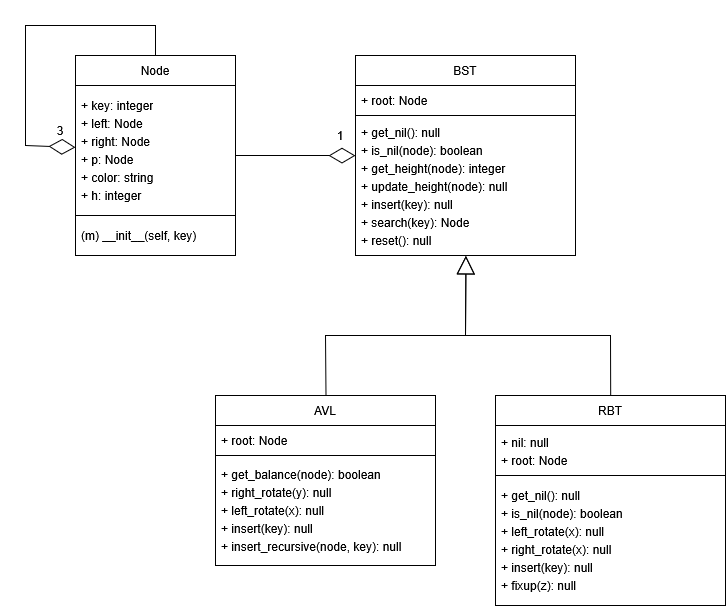
The draw.io diagram Relazione/Relazione_LabAlg/pics/UML.png in TestinaSanUni/LabAlg, before a commit. Source tidied: cells renumbered, new cells last; positions are measured from the earlier drawing's top-left corner, leaving out a move shared by most shapes. Its diagram source:
```xml
<mxGraphModel>
  <root>
    <mxCell id="0" />
    <mxCell id="1" parent="0" />
    <mxCell id="2" value="&lt;div&gt;Node&lt;/div&gt;" style="swimlane;fontStyle=0;horizontal=1;startSize=30;whiteSpace=wrap;html=1;" parent="1" vertex="1">
      <mxGeometry x="50" y="30" width="160" height="200" as="geometry" />
    </mxCell>
    <mxCell id="3" value="&lt;div style=&quot;line-height: 50%;&quot;&gt;&lt;li&gt;&lt;p&gt;&lt;font&gt;+ key: integer&lt;/font&gt;&lt;/p&gt;&lt;/li&gt;&lt;li&gt;&lt;p&gt;&lt;font&gt;+ left: Node&lt;/font&gt;&lt;/p&gt;&lt;/li&gt;&lt;li&gt;&lt;p&gt;&lt;font&gt;+ right: Node&lt;/font&gt;&lt;font&gt;&lt;br&gt;&lt;/font&gt;&lt;/p&gt;&lt;/li&gt;&lt;li&gt;&lt;p&gt;&lt;font&gt;+ p: Node&lt;/font&gt;&lt;/p&gt;&lt;/li&gt;&lt;li&gt;&lt;p&gt;&lt;font&gt;+ color: string&lt;/font&gt;&lt;/p&gt;&lt;/li&gt;&lt;li&gt;&lt;p&gt;&lt;font&gt;+ h: integer&lt;/font&gt;&lt;/p&gt;&lt;/li&gt;&lt;/div&gt;" style="text;strokeColor=default;fillColor=none;align=left;verticalAlign=middle;spacingLeft=4;spacingRight=4;overflow=hidden;points=[[0,0.5],[1,0.5]];portConstraint=eastwest;whiteSpace=wrap;html=1;" parent="2" vertex="1">
      <mxGeometry y="30" width="160" height="130" as="geometry" />
    </mxCell>
    <mxCell id="4" value="(m) __init__(self, key)" style="text;strokeColor=none;fillColor=none;align=left;verticalAlign=middle;spacingLeft=4;spacingRight=4;overflow=hidden;whiteSpace=wrap;html=1;" parent="2" vertex="1">
      <mxGeometry y="160" width="160" height="40" as="geometry" />
    </mxCell>
    <mxCell id="5" style="endArrow=diamondThin;endFill=0;endSize=24;html=1;rounded=0;strokeColor=default;align=center;verticalAlign=middle;fontFamily=Helvetica;fontSize=12;fontColor=default;fontStyle=0;labelBackgroundColor=default;horizontal=1;" parent="2" edge="1" source="2" target="3">
      <mxGeometry relative="1" as="geometry">
        <Array as="points">
          <mxPoint x="80" y="-30" />
          <mxPoint x="-50" y="-30" />
          <mxPoint x="-50" y="90" />
        </Array>
      </mxGeometry>
    </mxCell>
    <mxCell id="6" value="BST" style="swimlane;fontStyle=0;horizontal=1;startSize=30;whiteSpace=wrap;html=1;" parent="1" vertex="1">
      <mxGeometry x="330" y="30" width="220" height="200" as="geometry" />
    </mxCell>
    <mxCell id="7" value="&lt;div&gt;+ root: Node&lt;/div&gt;" style="text;strokeColor=default;fillColor=none;align=left;verticalAlign=middle;spacingLeft=4;spacingRight=4;overflow=hidden;whiteSpace=wrap;html=1;" parent="6" vertex="1">
      <mxGeometry y="30" width="220" height="30" as="geometry" />
    </mxCell>
    <mxCell id="8" value="&lt;div style=&quot;line-height: 50%;&quot;&gt;&lt;li&gt;&lt;p&gt;+ get_nil(): null&lt;/p&gt;&lt;/li&gt;&lt;li&gt;&lt;p&gt;+ is_nil(node): boolean&lt;/p&gt;&lt;/li&gt;&lt;li&gt;&lt;p&gt;+ get_height(node): integer&lt;/p&gt;&lt;/li&gt;&lt;li&gt;&lt;p&gt;+ update_height(node): null&lt;/p&gt;&lt;/li&gt;&lt;li&gt;&lt;p&gt;+ insert(key): null&lt;/p&gt;&lt;/li&gt;&lt;li&gt;&lt;p&gt;+ search(key): Node&lt;/p&gt;&lt;/li&gt;&lt;li&gt;&lt;p&gt;+ reset(): null&lt;/p&gt;&lt;/li&gt;&lt;/div&gt;" style="text;strokeColor=none;fillColor=none;align=left;verticalAlign=middle;spacingLeft=4;spacingRight=4;overflow=hidden;whiteSpace=wrap;html=1;" parent="6" vertex="1">
      <mxGeometry y="60" width="220" height="140" as="geometry" />
    </mxCell>
    <mxCell id="9" value="&lt;div&gt;AVL&lt;/div&gt;" style="swimlane;fontStyle=0;horizontal=1;startSize=30;whiteSpace=wrap;html=1;strokeColor=default;align=center;verticalAlign=middle;fontFamily=Helvetica;fontSize=12;fontColor=default;fillColor=default;" parent="1" vertex="1">
      <mxGeometry x="190" y="370" width="220" height="170" as="geometry" />
    </mxCell>
    <mxCell id="10" value="+ root: Node" style="text;strokeColor=default;fillColor=none;align=left;verticalAlign=middle;spacingLeft=4;spacingRight=4;overflow=hidden;whiteSpace=wrap;html=1;fontFamily=Helvetica;fontSize=12;fontColor=default;" parent="9" vertex="1">
      <mxGeometry y="30" width="220" height="30" as="geometry" />
    </mxCell>
    <mxCell id="11" value="&lt;div style=&quot;line-height: 50%;&quot;&gt;&lt;li&gt;&lt;p&gt;+ get_balance(node): boolean&lt;/p&gt;&lt;/li&gt;&lt;li&gt;&lt;p&gt;+ right_rotate(y): null&lt;/p&gt;&lt;/li&gt;&lt;li&gt;&lt;p&gt;+ left_rotate(x): null&lt;/p&gt;&lt;/li&gt;&lt;li&gt;&lt;p&gt;+ insert(key): null&lt;/p&gt;&lt;/li&gt;&lt;li&gt;&lt;p&gt;+ insert_recursive(node, key): null&lt;/p&gt;&lt;/li&gt;&lt;/div&gt;" style="text;strokeColor=none;fillColor=none;align=left;verticalAlign=middle;spacingLeft=4;spacingRight=4;overflow=hidden;whiteSpace=wrap;html=1;fontFamily=Helvetica;fontSize=12;fontColor=default;" parent="9" vertex="1">
      <mxGeometry y="60" width="220" height="110" as="geometry" />
    </mxCell>
    <mxCell id="12" value="RBT" style="swimlane;fontStyle=0;horizontal=1;startSize=30;whiteSpace=wrap;html=1;strokeColor=default;align=center;verticalAlign=middle;fontFamily=Helvetica;fontSize=12;fontColor=default;fillColor=default;" parent="1" vertex="1">
      <mxGeometry x="470" y="370" width="230" height="210" as="geometry" />
    </mxCell>
    <mxCell id="13" value="&lt;div style=&quot;line-height: 50%;&quot;&gt;&lt;li&gt;&lt;p&gt;+ nil: null&lt;/p&gt;&lt;/li&gt;&lt;li&gt;&lt;p&gt;+ root: Node&lt;/p&gt;&lt;/li&gt;&lt;/div&gt;" style="text;strokeColor=default;fillColor=none;align=left;verticalAlign=middle;spacingLeft=4;spacingRight=4;overflow=hidden;whiteSpace=wrap;html=1;fontFamily=Helvetica;fontSize=12;fontColor=default;" parent="12" vertex="1">
      <mxGeometry y="30" width="230" height="50" as="geometry" />
    </mxCell>
    <mxCell id="14" value="&lt;div style=&quot;line-height: 50%;&quot;&gt;&lt;li&gt;&lt;p&gt;+ get_nil(): null&lt;/p&gt;&lt;/li&gt;&lt;li&gt;&lt;p&gt;+ is_nil(node): boolean&lt;/p&gt;&lt;/li&gt;&lt;li&gt;&lt;p&gt;+ left_rotate(x): null&lt;/p&gt;&lt;/li&gt;&lt;li&gt;&lt;p&gt;+ right_rotate(x): null&lt;/p&gt;&lt;/li&gt;&lt;li&gt;&lt;p&gt;+ insert(key): null&lt;/p&gt;&lt;/li&gt;&lt;li&gt;&lt;p&gt;+ fixup(z): null&lt;/p&gt;&lt;/li&gt;&lt;/div&gt;" style="text;strokeColor=none;fillColor=none;align=left;verticalAlign=middle;spacingLeft=4;spacingRight=4;overflow=hidden;whiteSpace=wrap;html=1;fontFamily=Helvetica;fontSize=12;fontColor=default;" parent="12" vertex="1">
      <mxGeometry y="80" width="230" height="130" as="geometry" />
    </mxCell>
    <mxCell id="15" style="endArrow=block;endSize=16;endFill=0;html=1;rounded=0;fontFamily=Helvetica;fontSize=12;fontColor=default;fontStyle=0;horizontal=1;snapToPoint=1;orthogonal=1;sourcePortConstraint=north;targetPortConstraint=south;" parent="1" edge="1" source="9" target="6">
      <mxGeometry x="-0.03" y="10" relative="1" as="geometry">
        <Array as="points">
          <mxPoint x="300" y="310" />
          <mxPoint x="440" y="310" />
        </Array>
      </mxGeometry>
    </mxCell>
    <mxCell id="16" style="edgeLabel;html=1;align=center;verticalAlign=middle;strokeColor=default;fontFamily=Helvetica;fontSize=12;fontColor=default;fontStyle=0;horizontal=1;fillColor=default;" parent="15" vertex="1">
      <mxGeometry relative="1" as="geometry" />
    </mxCell>
    <mxCell id="17" style="endArrow=diamondThin;endFill=0;endSize=24;html=1;rounded=0;fontFamily=Helvetica;fontSize=12;fontColor=default;fontStyle=0;horizontal=1;" parent="1" edge="1" source="2" target="6">
      <mxGeometry relative="1" as="geometry" />
    </mxCell>
    <mxCell id="18" style="endArrow=block;endSize=16;endFill=0;html=1;rounded=0;fontFamily=Helvetica;fontSize=12;fontColor=default;fontStyle=0;horizontal=1;snapToPoint=1;orthogonal=1;sourcePortConstraint=north;targetPortConstraint=south;" parent="1" edge="1" source="12" target="6">
      <mxGeometry x="-0.03" y="10" relative="1" as="geometry">
        <Array as="points">
          <mxPoint x="585" y="310" />
          <mxPoint x="440" y="310" />
        </Array>
      </mxGeometry>
    </mxCell>
    <mxCell id="19" style="edgeLabel;html=1;align=center;verticalAlign=middle;strokeColor=default;fontFamily=Helvetica;fontSize=12;fontColor=default;fontStyle=0;horizontal=1;fillColor=default;" parent="18" vertex="1">
      <mxGeometry relative="1" as="geometry" />
    </mxCell>
    <mxCell id="20" value="1" style="text;html=1;whiteSpace=wrap;strokeColor=none;fillColor=none;align=center;verticalAlign=middle;rounded=0;fontFamily=Helvetica;fontSize=12;fontColor=default;fontStyle=0;labelBackgroundColor=default;horizontal=1;" parent="1" vertex="1">
      <mxGeometry x="300" y="100" width="30" height="20" as="geometry" />
    </mxCell>
    <mxCell id="21" value="3" style="text;html=1;whiteSpace=wrap;strokeColor=none;fillColor=none;align=center;verticalAlign=middle;rounded=0;fontFamily=Helvetica;fontSize=12;fontColor=default;fontStyle=0;labelBackgroundColor=default;horizontal=1;" parent="1" vertex="1">
      <mxGeometry x="10" y="90" width="50" height="30" as="geometry" />
    </mxCell>
  </root>
</mxGraphModel>
```
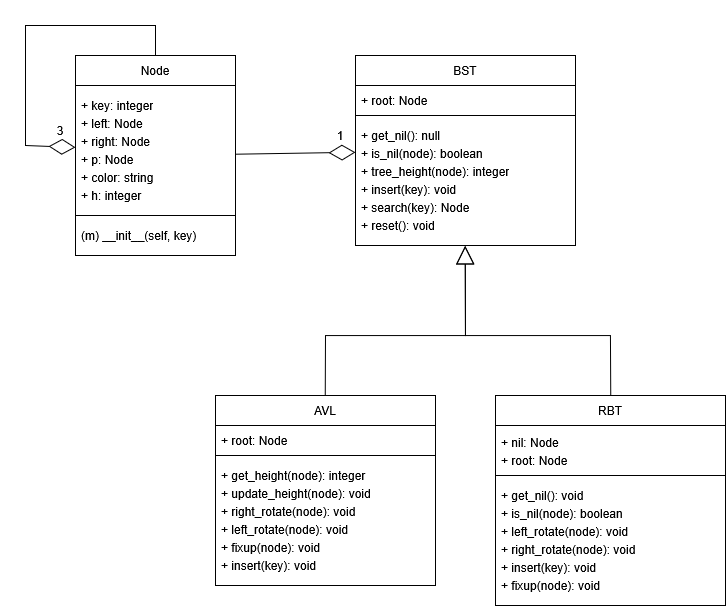
Above is the later version.

Diff of the diagram source:
```diff
@@ -21,32 +21,32 @@
       </mxGeometry>
     </mxCell>
     <mxCell id="6" value="BST" style="swimlane;fontStyle=0;horizontal=1;startSize=30;whiteSpace=wrap;html=1;" parent="1" vertex="1">
-      <mxGeometry x="330" y="30" width="220" height="200" as="geometry" />
+      <mxGeometry x="330" y="30" width="220" height="190" as="geometry" />
     </mxCell>
     <mxCell id="7" value="&lt;div&gt;+ root: Node&lt;/div&gt;" style="text;strokeColor=default;fillColor=none;align=left;verticalAlign=middle;spacingLeft=4;spacingRight=4;overflow=hidden;whiteSpace=wrap;html=1;" parent="6" vertex="1">
       <mxGeometry y="30" width="220" height="30" as="geometry" />
     </mxCell>
-    <mxCell id="8" value="&lt;div style=&quot;line-height: 50%;&quot;&gt;&lt;li&gt;&lt;p&gt;+ get_nil(): null&lt;/p&gt;&lt;/li&gt;&lt;li&gt;&lt;p&gt;+ is_nil(node): boolean&lt;/p&gt;&lt;/li&gt;&lt;li&gt;&lt;p&gt;+ get_height(node): integer&lt;/p&gt;&lt;/li&gt;&lt;li&gt;&lt;p&gt;+ update_height(node): null&lt;/p&gt;&lt;/li&gt;&lt;li&gt;&lt;p&gt;+ insert(key): null&lt;/p&gt;&lt;/li&gt;&lt;li&gt;&lt;p&gt;+ search(key): Node&lt;/p&gt;&lt;/li&gt;&lt;li&gt;&lt;p&gt;+ reset(): null&lt;/p&gt;&lt;/li&gt;&lt;/div&gt;" style="text;strokeColor=none;fillColor=none;align=left;verticalAlign=middle;spacingLeft=4;spacingRight=4;overflow=hidden;whiteSpace=wrap;html=1;" parent="6" vertex="1">
-      <mxGeometry y="60" width="220" height="140" as="geometry" />
-    </mxCell>
+    <mxCell id="22" value="&lt;div style=&quot;line-height: 50%;&quot;&gt;&lt;li&gt;&lt;p&gt;+ get_nil(): null&lt;/p&gt;&lt;/li&gt;&lt;li&gt;&lt;p&gt;+ is_nil(node): boolean&lt;/p&gt;&lt;/li&gt;&lt;li&gt;&lt;p&gt;+ tree_height(node): integer&lt;/p&gt;&lt;/li&gt;&lt;li&gt;&lt;p&gt;+ insert(key): void&lt;/p&gt;&lt;/li&gt;&lt;li&gt;&lt;p&gt;+ search(key): Node&lt;/p&gt;&lt;/li&gt;&lt;li&gt;&lt;p&gt;+ reset(): void&lt;/p&gt;&lt;/li&gt;&lt;/div&gt;" style="text;strokeColor=none;fillColor=none;align=left;verticalAlign=middle;spacingLeft=4;spacingRight=4;overflow=hidden;whiteSpace=wrap;html=1;" parent="6" vertex="1">
+      <mxGeometry y="60" width="220" height="130" as="geometry" />
+    </mxCell>
     <mxCell id="9" value="&lt;div&gt;AVL&lt;/div&gt;" style="swimlane;fontStyle=0;horizontal=1;startSize=30;whiteSpace=wrap;html=1;strokeColor=default;align=center;verticalAlign=middle;fontFamily=Helvetica;fontSize=12;fontColor=default;fillColor=default;" parent="1" vertex="1">
-      <mxGeometry x="190" y="370" width="220" height="170" as="geometry" />
+      <mxGeometry x="190" y="370" width="220" height="190" as="geometry" />
     </mxCell>
     <mxCell id="10" value="+ root: Node" style="text;strokeColor=default;fillColor=none;align=left;verticalAlign=middle;spacingLeft=4;spacingRight=4;overflow=hidden;whiteSpace=wrap;html=1;fontFamily=Helvetica;fontSize=12;fontColor=default;" parent="9" vertex="1">
       <mxGeometry y="30" width="220" height="30" as="geometry" />
     </mxCell>
-    <mxCell id="11" value="&lt;div style=&quot;line-height: 50%;&quot;&gt;&lt;li&gt;&lt;p&gt;+ get_balance(node): boolean&lt;/p&gt;&lt;/li&gt;&lt;li&gt;&lt;p&gt;+ right_rotate(y): null&lt;/p&gt;&lt;/li&gt;&lt;li&gt;&lt;p&gt;+ left_rotate(x): null&lt;/p&gt;&lt;/li&gt;&lt;li&gt;&lt;p&gt;+ insert(key): null&lt;/p&gt;&lt;/li&gt;&lt;li&gt;&lt;p&gt;+ insert_recursive(node, key): null&lt;/p&gt;&lt;/li&gt;&lt;/div&gt;" style="text;strokeColor=none;fillColor=none;align=left;verticalAlign=middle;spacingLeft=4;spacingRight=4;overflow=hidden;whiteSpace=wrap;html=1;fontFamily=Helvetica;fontSize=12;fontColor=default;" parent="9" vertex="1">
-      <mxGeometry y="60" width="220" height="110" as="geometry" />
-    </mxCell>
+    <mxCell id="23" value="&lt;div style=&quot;line-height: 50%;&quot;&gt;&lt;li&gt;&lt;p&gt;+ get_height(node): integer&lt;/p&gt;&lt;/li&gt;&lt;li&gt;&lt;p&gt;+ update_height(node): void&lt;/p&gt;&lt;/li&gt;&lt;li&gt;&lt;p&gt;+ right_rotate(node): void&lt;/p&gt;&lt;/li&gt;&lt;li&gt;&lt;p&gt;+ left_rotate(node): void&lt;/p&gt;&lt;/li&gt;&lt;li&gt;&lt;p&gt;+ fixup(node): void&lt;/p&gt;&lt;/li&gt;&lt;li&gt;&lt;p&gt;+ insert(key): void&lt;/p&gt;&lt;/li&gt;&lt;/div&gt;" style="text;strokeColor=none;fillColor=none;align=left;verticalAlign=middle;spacingLeft=4;spacingRight=4;overflow=hidden;whiteSpace=wrap;html=1;fontFamily=Helvetica;fontSize=12;fontColor=default;" parent="9" vertex="1">
+      <mxGeometry y="60" width="220" height="130" as="geometry" />
+    </mxCell>
     <mxCell id="12" value="RBT" style="swimlane;fontStyle=0;horizontal=1;startSize=30;whiteSpace=wrap;html=1;strokeColor=default;align=center;verticalAlign=middle;fontFamily=Helvetica;fontSize=12;fontColor=default;fillColor=default;" parent="1" vertex="1">
       <mxGeometry x="470" y="370" width="230" height="210" as="geometry" />
     </mxCell>
-    <mxCell id="13" value="&lt;div style=&quot;line-height: 50%;&quot;&gt;&lt;li&gt;&lt;p&gt;+ nil: null&lt;/p&gt;&lt;/li&gt;&lt;li&gt;&lt;p&gt;+ root: Node&lt;/p&gt;&lt;/li&gt;&lt;/div&gt;" style="text;strokeColor=default;fillColor=none;align=left;verticalAlign=middle;spacingLeft=4;spacingRight=4;overflow=hidden;whiteSpace=wrap;html=1;fontFamily=Helvetica;fontSize=12;fontColor=default;" parent="12" vertex="1">
-      <mxGeometry y="30" width="230" height="50" as="geometry" />
-    </mxCell>
-    <mxCell id="14" value="&lt;div style=&quot;line-height: 50%;&quot;&gt;&lt;li&gt;&lt;p&gt;+ get_nil(): null&lt;/p&gt;&lt;/li&gt;&lt;li&gt;&lt;p&gt;+ is_nil(node): boolean&lt;/p&gt;&lt;/li&gt;&lt;li&gt;&lt;p&gt;+ left_rotate(x): null&lt;/p&gt;&lt;/li&gt;&lt;li&gt;&lt;p&gt;+ right_rotate(x): null&lt;/p&gt;&lt;/li&gt;&lt;li&gt;&lt;p&gt;+ insert(key): null&lt;/p&gt;&lt;/li&gt;&lt;li&gt;&lt;p&gt;+ fixup(z): null&lt;/p&gt;&lt;/li&gt;&lt;/div&gt;" style="text;strokeColor=none;fillColor=none;align=left;verticalAlign=middle;spacingLeft=4;spacingRight=4;overflow=hidden;whiteSpace=wrap;html=1;fontFamily=Helvetica;fontSize=12;fontColor=default;" parent="12" vertex="1">
-      <mxGeometry y="80" width="230" height="130" as="geometry" />
-    </mxCell>
+    <mxCell id="24" value="&lt;div style=&quot;line-height: 50%;&quot;&gt;&lt;li&gt;&lt;p&gt;+ nil: Node&lt;/p&gt;&lt;/li&gt;&lt;li&gt;&lt;p&gt;+ root: Node&lt;/p&gt;&lt;/li&gt;&lt;/div&gt;" style="text;strokeColor=default;fillColor=none;align=left;verticalAlign=middle;spacingLeft=4;spacingRight=4;overflow=hidden;whiteSpace=wrap;html=1;fontFamily=Helvetica;fontSize=12;fontColor=default;" parent="12" vertex="1">
+      <mxGeometry y="30" width="230" height="50" as="geometry" />
+    </mxCell>
+    <mxCell id="25" value="&lt;div style=&quot;line-height: 50%;&quot;&gt;&lt;li&gt;&lt;p&gt;+ get_nil(): void&lt;/p&gt;&lt;/li&gt;&lt;li&gt;&lt;p&gt;+ is_nil(node): boolean&lt;/p&gt;&lt;/li&gt;&lt;li&gt;&lt;p&gt;+ left_rotate(node): void&lt;/p&gt;&lt;/li&gt;&lt;li&gt;&lt;p&gt;+ right_rotate(node): void&lt;/p&gt;&lt;/li&gt;&lt;li&gt;&lt;p&gt;+ insert(key): void&lt;/p&gt;&lt;/li&gt;&lt;li&gt;&lt;p&gt;+ fixup(node): void&lt;/p&gt;&lt;/li&gt;&lt;/div&gt;" style="text;strokeColor=none;fillColor=none;align=left;verticalAlign=middle;spacingLeft=4;spacingRight=4;overflow=hidden;whiteSpace=wrap;html=1;fontFamily=Helvetica;fontSize=12;fontColor=default;" parent="12" vertex="1">
+      <mxGeometry y="80" width="230" height="130" as="geometry" />
+    </mxCell>
     <mxCell id="15" style="endArrow=block;endSize=16;endFill=0;html=1;rounded=0;fontFamily=Helvetica;fontSize=12;fontColor=default;fontStyle=0;horizontal=1;snapToPoint=1;orthogonal=1;sourcePortConstraint=north;targetPortConstraint=south;" parent="1" edge="1" source="9" target="6">
       <mxGeometry x="-0.03" y="10" relative="1" as="geometry">
         <Array as="points">
@@ -55,9 +55,9 @@
         </Array>
       </mxGeometry>
     </mxCell>
-    <mxCell id="16" style="edgeLabel;html=1;align=center;verticalAlign=middle;strokeColor=default;fontFamily=Helvetica;fontSize=12;fontColor=default;fontStyle=0;horizontal=1;fillColor=default;" parent="15" vertex="1">
-      <mxGeometry relative="1" as="geometry" />
-    </mxCell>
+    <mxCell id="26" style="edgeLabel;html=1;align=center;verticalAlign=middle;strokeColor=default;fontFamily=Helvetica;fontSize=12;fontColor=default;fontStyle=0;horizontal=1;fillColor=default;" parent="15" vertex="1">
+      <mxGeometry relative="1" as="geometry" />
+    </mxCell>
     <mxCell id="17" style="endArrow=diamondThin;endFill=0;endSize=24;html=1;rounded=0;fontFamily=Helvetica;fontSize=12;fontColor=default;fontStyle=0;horizontal=1;" parent="1" edge="1" source="2" target="6">
       <mxGeometry relative="1" as="geometry" />
     </mxCell>
@@ -69,9 +69,9 @@
         </Array>
       </mxGeometry>
     </mxCell>
-    <mxCell id="19" style="edgeLabel;html=1;align=center;verticalAlign=middle;strokeColor=default;fontFamily=Helvetica;fontSize=12;fontColor=default;fontStyle=0;horizontal=1;fillColor=default;" parent="18" vertex="1">
-      <mxGeometry relative="1" as="geometry" />
-    </mxCell>
+    <mxCell id="27" style="edgeLabel;html=1;align=center;verticalAlign=middle;strokeColor=default;fontFamily=Helvetica;fontSize=12;fontColor=default;fontStyle=0;horizontal=1;fillColor=default;" parent="18" vertex="1">
+      <mxGeometry relative="1" as="geometry" />
+    </mxCell>
     <mxCell id="20" value="1" style="text;html=1;whiteSpace=wrap;strokeColor=none;fillColor=none;align=center;verticalAlign=middle;rounded=0;fontFamily=Helvetica;fontSize=12;fontColor=default;fontStyle=0;labelBackgroundColor=default;horizontal=1;" parent="1" vertex="1">
       <mxGeometry x="300" y="100" width="30" height="20" as="geometry" />
     </mxCell>
```
